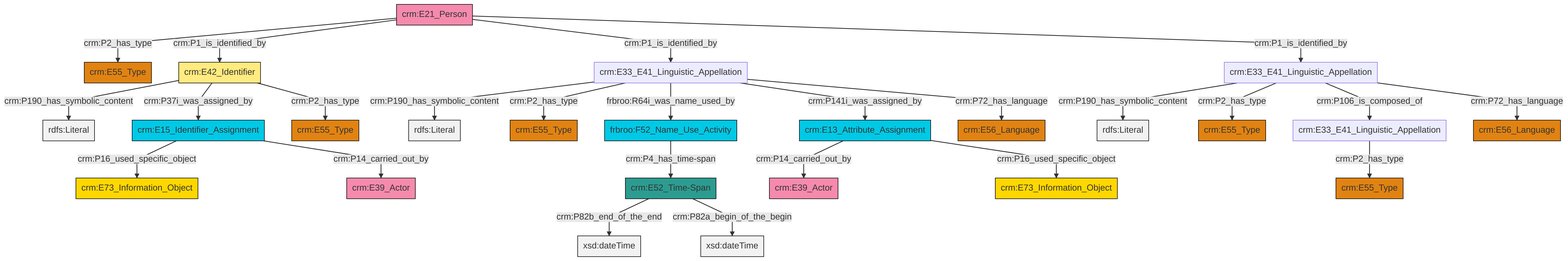
Earlier version of the Mermaid export et/personCSV/ttl/mmd/png/Person_Names_and_Classification.png (swiss-art-research-net/docs.swissartresearch). Its source is kept beside it as et/personCSV/ttl/mmd/Person_Names_and_Classification.ttl.mmd.
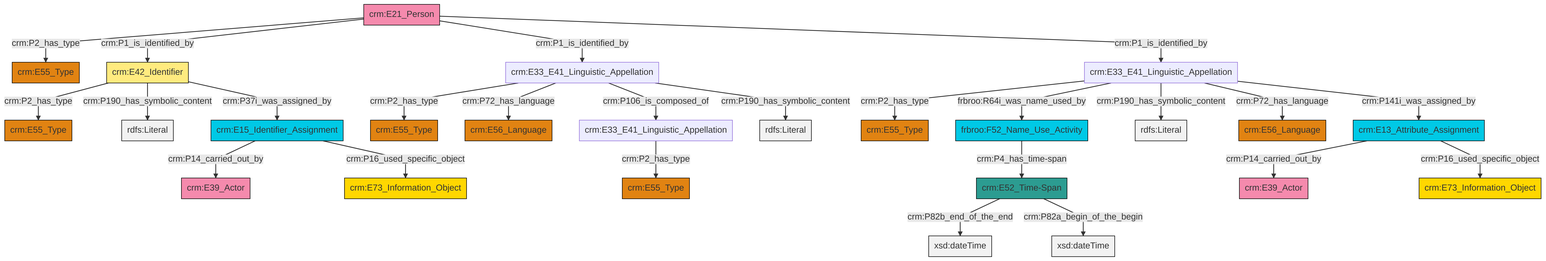
The same file after the commit.

What changed in the source:
```diff
@@ -13,27 +13,27 @@
 classDef PC_Classes fill:#4ce600, stroke:#000000;
 classDef Multi fill:#cccccc,stroke:#000000;
 
-0["crm:E33_E41_Linguistic_Appellation"]:::Default -->|crm:P190_has_symbolic_content| 1[rdfs:Literal]:::Literal
-2["crm:E21_Person"]:::Actor -->|crm:P2_has_type| 3["crm:E55_Type"]:::Type
-4["crm:E33_E41_Linguistic_Appellation"]:::Default -->|crm:P190_has_symbolic_content| 5[rdfs:Literal]:::Literal
-4["crm:E33_E41_Linguistic_Appellation"]:::Default -->|crm:P2_has_type| 6["crm:E55_Type"]:::Type
-7["frbroo:F52_Name_Use_Activity"]:::Temporal_Entity -->|crm:P4_has_time-span| 8["crm:E52_Time-Span"]:::Time-Span
-0["crm:E33_E41_Linguistic_Appellation"]:::Default -->|crm:P2_has_type| 9["crm:E55_Type"]:::Type
-2["crm:E21_Person"]:::Actor -->|crm:P1_is_identified_by| 10["crm:E42_Identifier"]:::Appellation
-23["crm:E15_Identifier_Assignment"]:::Temporal_Entity -->|crm:P16_used_specific_object| 24["crm:E73_Information_Object"]:::Conceptual_Object
-4["crm:E33_E41_Linguistic_Appellation"]:::Default -->|crm:P106_is_composed_of| 19["crm:E33_E41_Linguistic_Appellation"]:::Default
-4["crm:E33_E41_Linguistic_Appellation"]:::Default -->|crm:P72_has_language| 13["crm:E56_Language"]:::Type
-0["crm:E33_E41_Linguistic_Appellation"]:::Default -->|frbroo:R64i_was_name_used_by| 7["frbroo:F52_Name_Use_Activity"]:::Temporal_Entity
-2["crm:E21_Person"]:::Actor -->|crm:P1_is_identified_by| 0["crm:E33_E41_Linguistic_Appellation"]:::Default
-8["crm:E52_Time-Span"]:::Time-Span -->|crm:P82b_end_of_the_end| 35[xsd:dateTime]:::Literal
-0["crm:E33_E41_Linguistic_Appellation"]:::Default -->|crm:P141i_was_assigned_by| 25["crm:E13_Attribute_Assignment"]:::Temporal_Entity
-0["crm:E33_E41_Linguistic_Appellation"]:::Default -->|crm:P72_has_language| 37["crm:E56_Language"]:::Type
-8["crm:E52_Time-Span"]:::Time-Span -->|crm:P82a_begin_of_the_begin| 40[xsd:dateTime]:::Literal
-25["crm:E13_Attribute_Assignment"]:::Temporal_Entity -->|crm:P14_carried_out_by| 41["crm:E39_Actor"]:::Actor
-10["crm:E42_Identifier"]:::Appellation -->|crm:P190_has_symbolic_content| 44[rdfs:Literal]:::Literal
-2["crm:E21_Person"]:::Actor -->|crm:P1_is_identified_by| 4["crm:E33_E41_Linguistic_Appellation"]:::Default
-25["crm:E13_Attribute_Assignment"]:::Temporal_Entity -->|crm:P16_used_specific_object| 33["crm:E73_Information_Object"]:::Conceptual_Object
-10["crm:E42_Identifier"]:::Appellation -->|crm:P37i_was_assigned_by| 23["crm:E15_Identifier_Assignment"]:::Temporal_Entity
-23["crm:E15_Identifier_Assignment"]:::Temporal_Entity -->|crm:P14_carried_out_by| 30["crm:E39_Actor"]:::Actor
-19["crm:E33_E41_Linguistic_Appellation"]:::Default -->|crm:P2_has_type| 17["crm:E55_Type"]:::Type
-10["crm:E42_Identifier"]:::Appellation -->|crm:P2_has_type| 21["crm:E55_Type"]:::Type
+0["crm:E33_E41_Linguistic_Appellation"]:::Default -->|crm:P2_has_type| 1["crm:E55_Type"]:::Type
+9["crm:E33_E41_Linguistic_Appellation"]:::Default -->|crm:P2_has_type| 7["crm:E55_Type"]:::Type
+10["crm:E42_Identifier"]:::Appellation -->|crm:P2_has_type| 11["crm:E55_Type"]:::Type
+9["crm:E33_E41_Linguistic_Appellation"]:::Default -->|frbroo:R64i_was_name_used_by| 15["frbroo:F52_Name_Use_Activity"]:::Temporal_Entity
+19["crm:E33_E41_Linguistic_Appellation"]:::Default -->|crm:P2_has_type| 20["crm:E55_Type"]:::Type
+15["frbroo:F52_Name_Use_Activity"]:::Temporal_Entity -->|crm:P4_has_time-span| 22["crm:E52_Time-Span"]:::Time-Span
+23["crm:E13_Attribute_Assignment"]:::Temporal_Entity -->|crm:P14_carried_out_by| 12["crm:E39_Actor"]:::Actor
+26["crm:E21_Person"]:::Actor -->|crm:P2_has_type| 27["crm:E55_Type"]:::Type
+10["crm:E42_Identifier"]:::Appellation -->|crm:P190_has_symbolic_content| 30[rdfs:Literal]:::Literal
+9["crm:E33_E41_Linguistic_Appellation"]:::Default -->|crm:P190_has_symbolic_content| 34[rdfs:Literal]:::Literal
+19["crm:E33_E41_Linguistic_Appellation"]:::Default -->|crm:P72_has_language| 31["crm:E56_Language"]:::Type
+16["crm:E15_Identifier_Assignment"]:::Temporal_Entity -->|crm:P14_carried_out_by| 24["crm:E39_Actor"]:::Actor
+26["crm:E21_Person"]:::Actor -->|crm:P1_is_identified_by| 10["crm:E42_Identifier"]:::Appellation
+23["crm:E13_Attribute_Assignment"]:::Temporal_Entity -->|crm:P16_used_specific_object| 37["crm:E73_Information_Object"]:::Conceptual_Object
+9["crm:E33_E41_Linguistic_Appellation"]:::Default -->|crm:P72_has_language| 4["crm:E56_Language"]:::Type
+10["crm:E42_Identifier"]:::Appellation -->|crm:P37i_was_assigned_by| 16["crm:E15_Identifier_Assignment"]:::Temporal_Entity
+16["crm:E15_Identifier_Assignment"]:::Temporal_Entity -->|crm:P16_used_specific_object| 2["crm:E73_Information_Object"]:::Conceptual_Object
+19["crm:E33_E41_Linguistic_Appellation"]:::Default -->|crm:P106_is_composed_of| 0["crm:E33_E41_Linguistic_Appellation"]:::Default
+22["crm:E52_Time-Span"]:::Time-Span -->|crm:P82b_end_of_the_end| 40[xsd:dateTime]:::Literal
+26["crm:E21_Person"]:::Actor -->|crm:P1_is_identified_by| 19["crm:E33_E41_Linguistic_Appellation"]:::Default
+19["crm:E33_E41_Linguistic_Appellation"]:::Default -->|crm:P190_has_symbolic_content| 41[rdfs:Literal]:::Literal
+22["crm:E52_Time-Span"]:::Time-Span -->|crm:P82a_begin_of_the_begin| 44[xsd:dateTime]:::Literal
+9["crm:E33_E41_Linguistic_Appellation"]:::Default -->|crm:P141i_was_assigned_by| 23["crm:E13_Attribute_Assignment"]:::Temporal_Entity
+26["crm:E21_Person"]:::Actor -->|crm:P1_is_identified_by| 9["crm:E33_E41_Linguistic_Appellation"]:::Default
```
